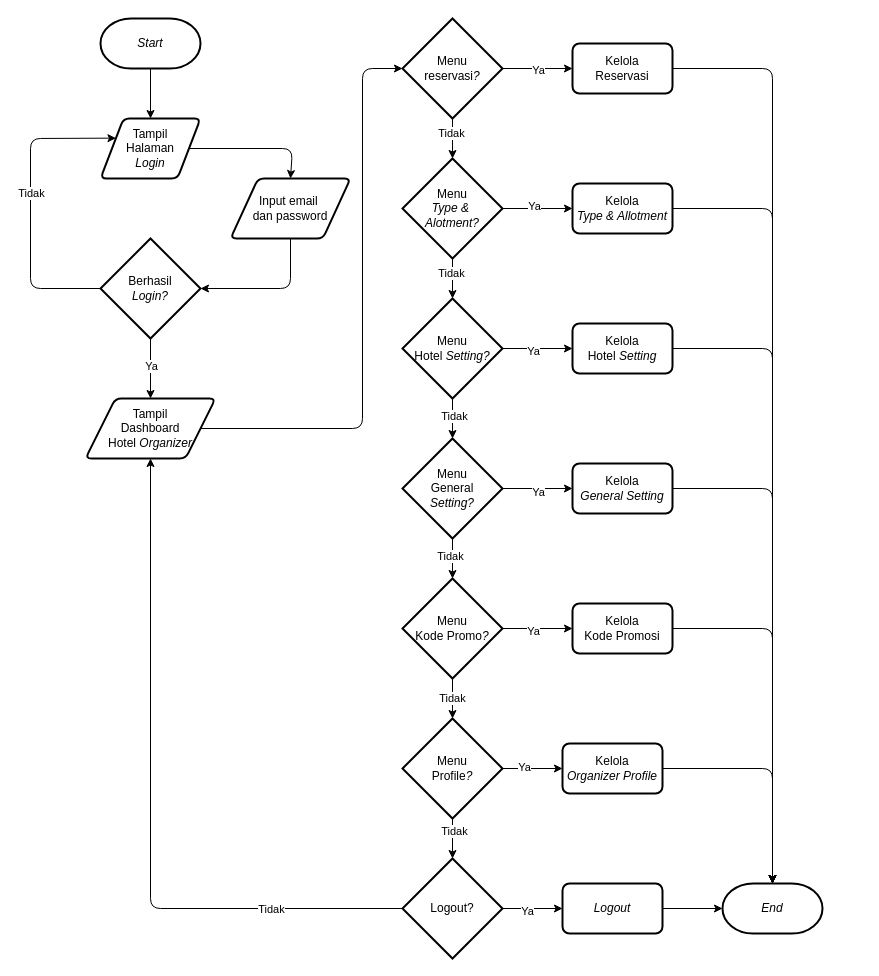
The draw.io diagram page "flowchart-organizer" (3 of 8) of diagram/diagram.drawio in Hans-Star18/ta-booking-system, before the edit. Source tidied: cells renumbered, new cells numbered last; positions are measured from the earlier drawing's top-left corner, leaving out a move shared by most shapes. Both pictures are drawn from the tidied source at 100%, with x=0, y=0 at pixel (30, 18).
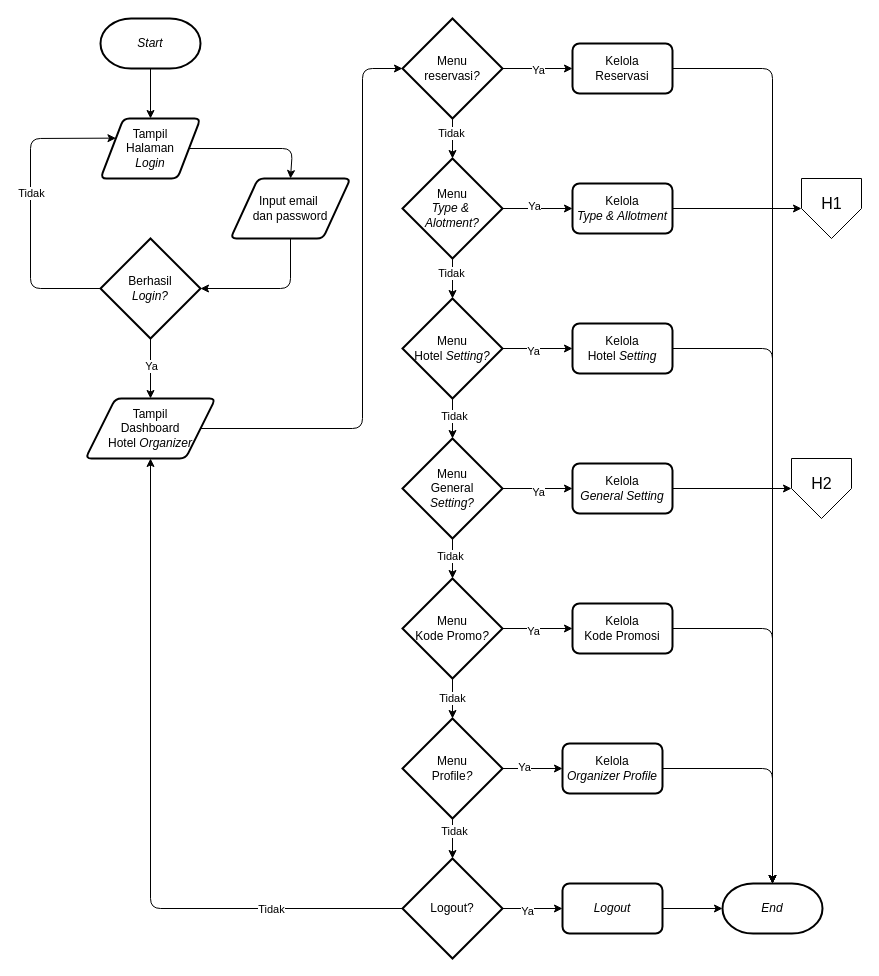
The same page after the edit.

The change refers to these unchanged cells:
```xml
<mxCell id="16" value="Kelola&lt;div&gt;&lt;i&gt;Type &amp;amp; Allotment&lt;/i&gt;&lt;/div&gt;" style="rounded=1;whiteSpace=wrap;html=1;absoluteArcSize=1;arcSize=14;strokeWidth=2;" parent="1" vertex="1">
  <mxGeometry x="542" y="165" width="100" height="50" as="geometry" />
</mxCell>
<mxCell id="18" value="Kelola&lt;div&gt;&lt;i&gt;General Setting&lt;/i&gt;&lt;/div&gt;" style="rounded=1;whiteSpace=wrap;html=1;absoluteArcSize=1;arcSize=14;strokeWidth=2;" parent="1" vertex="1">
  <mxGeometry x="542" y="445" width="100" height="50" as="geometry" />
</mxCell>
<mxCell id="22" value="&lt;i&gt;End&lt;/i&gt;" style="strokeWidth=2;html=1;shape=mxgraph.flowchart.terminator;whiteSpace=wrap;" parent="1" vertex="1">
  <mxGeometry x="692" y="865" width="100" height="50" as="geometry" />
</mxCell>
```

Change to the diagram source:
```diff
@@
-    <mxCell id="15" style="edgeStyle=none;html=1;entryX=0.5;entryY=0;entryDx=0;entryDy=0;entryPerimeter=0;" parent="1" edge="1" source="16" target="22">
-      <mxGeometry relative="1" as="geometry">
-        <Array as="points">
-          <mxPoint x="742" y="190" />
-        </Array>
-      </mxGeometry>
-    </mxCell>
+    <mxCell id="65" style="edgeStyle=none;html=1;entryX=0;entryY=0.5;entryDx=0;entryDy=0;" parent="1" edge="1" source="16" target="68">
+      <mxGeometry relative="1" as="geometry" />
+    </mxCell>
@@
-    <mxCell id="17" style="edgeStyle=none;html=1;entryX=0.5;entryY=0;entryDx=0;entryDy=0;entryPerimeter=0;" parent="1" edge="1" source="18" target="22">
-      <mxGeometry relative="1" as="geometry">
-        <Array as="points">
-          <mxPoint x="742" y="470" />
-        </Array>
-      </mxGeometry>
-    </mxCell>
+    <mxCell id="66" style="edgeStyle=none;html=1;entryX=0;entryY=0.5;entryDx=0;entryDy=0;" parent="1" edge="1" source="18" target="67">
+      <mxGeometry relative="1" as="geometry" />
+    </mxCell>
@@
+    <mxCell id="67" style="verticalLabelPosition=bottom;verticalAlign=top;html=1;shape=offPageConnector;rounded=0;size=0.5;" parent="1" vertex="1">
+      <mxGeometry x="761" y="440" width="60" height="60" as="geometry" />
+    </mxCell>
+    <mxCell id="68" style="verticalLabelPosition=bottom;verticalAlign=top;html=1;shape=offPageConnector;rounded=0;size=0.5;" parent="1" vertex="1">
+      <mxGeometry x="771" y="160" width="60" height="60" as="geometry" />
+    </mxCell>
+    <mxCell id="69" value="&lt;font style=&quot;font-size: 16px;&quot;&gt;H1&lt;/font&gt;" style="text;html=1;align=center;verticalAlign=middle;strokeColor=none;fillColor=none;fontSize=18;" parent="1" vertex="1">
+      <mxGeometry x="781" y="165" width="40" height="40" as="geometry" />
+    </mxCell>
+    <mxCell id="70" value="&lt;font style=&quot;font-size: 16px;&quot;&gt;H2&lt;/font&gt;" style="text;html=1;align=center;verticalAlign=middle;strokeColor=none;fillColor=none;fontSize=18;" parent="1" vertex="1">
+      <mxGeometry x="771" y="445" width="40" height="40" as="geometry" />
+    </mxCell>
```
